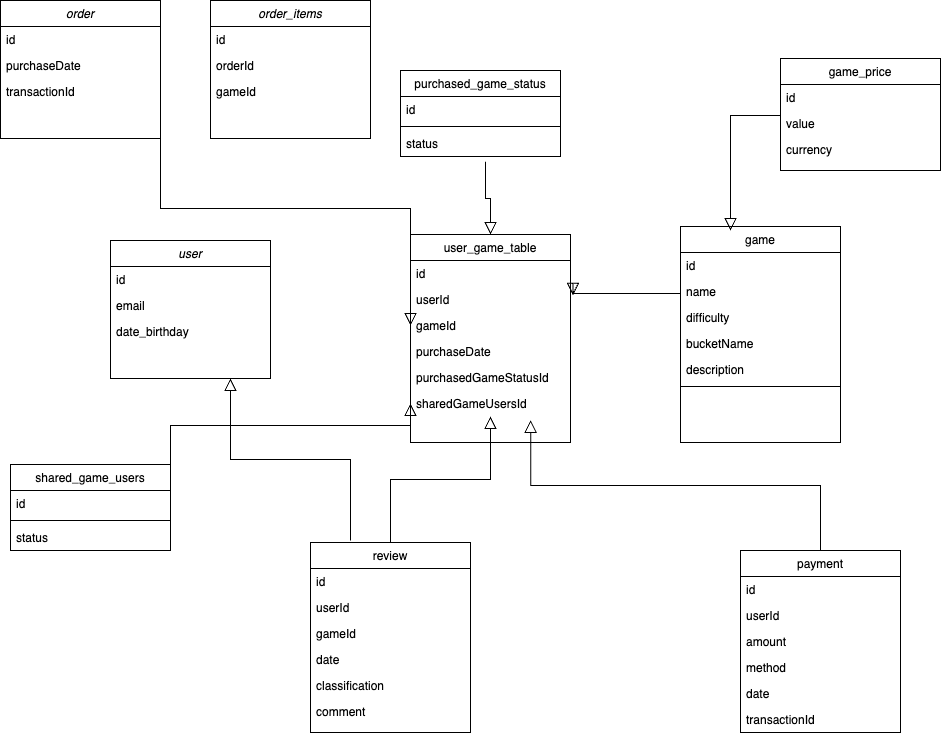
This is main_db.drawio.png from tomasferreiradesa/desarquivados-platform-db-schema, a draw.io export, as it was before one commit. Source tidied: cells renumbered, new cells last; positions are measured from the earlier drawing's top-left corner, leaving out a move shared by most shapes.
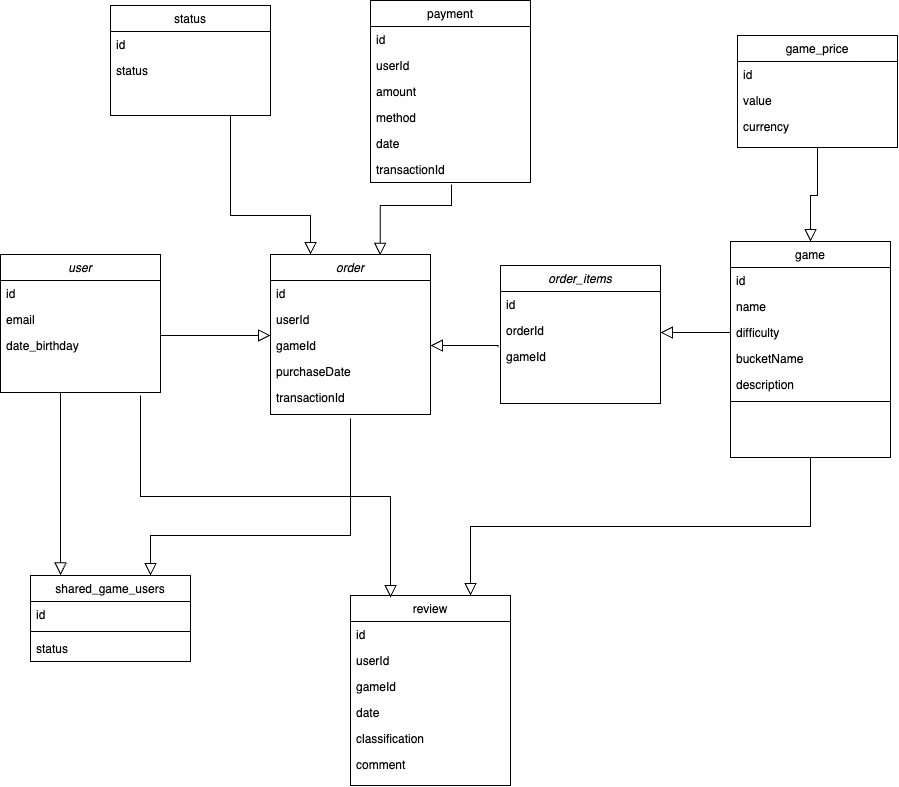
The same diagram one commit later.

The edit, as a diff of the source:
```diff
@@ -3,43 +3,25 @@
     <mxCell id="0" />
     <mxCell id="1" parent="0" />
     <mxCell id="2" value="order" style="swimlane;fontStyle=2;align=center;verticalAlign=top;horizontal=1;startSize=26;rounded=0;shadow=0;strokeWidth=1;" parent="1" vertex="1">
-      <mxGeometry width="160" height="138" as="geometry" />
+      <mxGeometry x="330" y="239" width="160" height="160" as="geometry" />
     </mxCell>
     <mxCell id="3" value="id" style="text;align=left;verticalAlign=top;spacingLeft=4;spacingRight=4;overflow=hidden;" parent="2" vertex="1">
       <mxGeometry y="26" width="160" height="26" as="geometry" />
     </mxCell>
+    <mxCell id="8" value="userId" style="text;align=left;verticalAlign=top;spacingLeft=4;spacingRight=4;overflow=hidden;points=[[0,0.5],[1,0.5]];portConstraint=eastwest;rounded=0;shadow=0;html=0;" parent="2" vertex="1">
+      <mxGeometry y="52" width="160" height="26" as="geometry" />
+    </mxCell>
+    <mxCell id="5" value="gameId" style="text;align=left;verticalAlign=top;spacingLeft=4;spacingRight=4;overflow=hidden;points=[[0,0.5],[1,0.5]];portConstraint=eastwest;rounded=0;shadow=0;html=0;" parent="2" vertex="1">
+      <mxGeometry y="78" width="160" height="26" as="geometry" />
+    </mxCell>
     <mxCell id="4" value="purchaseDate" style="text;align=left;verticalAlign=top;spacingLeft=4;spacingRight=4;overflow=hidden;rounded=0;shadow=0;html=0;" parent="2" vertex="1">
-      <mxGeometry y="52" width="160" height="26" as="geometry" />
+      <mxGeometry y="104" width="160" height="26" as="geometry" />
     </mxCell>
-    <mxCell id="5" value="transactionId" style="text;align=left;verticalAlign=top;spacingLeft=4;spacingRight=4;overflow=hidden;points=[[0,0.5],[1,0.5]];portConstraint=eastwest;rounded=0;shadow=0;html=0;" parent="2" vertex="1">
-      <mxGeometry y="78" width="160" height="26" as="geometry" />
-    </mxCell>
-    <mxCell id="6" value="user_game_table&#10;" style="swimlane;fontStyle=0;align=center;verticalAlign=top;horizontal=1;startSize=26;rounded=0;shadow=0;strokeWidth=1;" parent="1" vertex="1">
-      <mxGeometry x="410" y="234" width="160" height="208" as="geometry" />
-    </mxCell>
-    <mxCell id="7" value="id" style="text;align=left;verticalAlign=top;spacingLeft=4;spacingRight=4;overflow=hidden;" parent="6" vertex="1">
-      <mxGeometry y="26" width="160" height="26" as="geometry" />
-    </mxCell>
-    <mxCell id="8" value="userId" style="text;align=left;verticalAlign=top;spacingLeft=4;spacingRight=4;overflow=hidden;points=[[0,0.5],[1,0.5]];portConstraint=eastwest;" parent="6" vertex="1">
-      <mxGeometry y="52" width="160" height="26" as="geometry" />
-    </mxCell>
-    <mxCell id="9" value="gameId" style="text;align=left;verticalAlign=top;spacingLeft=4;spacingRight=4;overflow=hidden;points=[[0,0.5],[1,0.5]];portConstraint=eastwest;rounded=0;shadow=0;html=0;" parent="6" vertex="1">
-      <mxGeometry y="78" width="160" height="26" as="geometry" />
-    </mxCell>
-    <mxCell id="10" value="purchaseDate" style="text;align=left;verticalAlign=top;spacingLeft=4;spacingRight=4;overflow=hidden;rounded=0;shadow=0;html=0;" parent="6" vertex="1">
-      <mxGeometry y="104" width="160" height="26" as="geometry" />
-    </mxCell>
-    <mxCell id="11" value="purchasedGameStatusId" style="text;align=left;verticalAlign=top;spacingLeft=4;spacingRight=4;overflow=hidden;rounded=0;shadow=0;html=0;" parent="6" vertex="1">
-      <mxGeometry y="130" width="160" height="26" as="geometry" />
-    </mxCell>
-    <mxCell id="12" value="sharedGameUsersId" style="text;align=left;verticalAlign=top;spacingLeft=4;spacingRight=4;overflow=hidden;points=[[0,0.5],[1,0.5]];portConstraint=eastwest;rounded=0;shadow=0;html=0;" parent="6" vertex="1">
-      <mxGeometry y="156" width="160" height="26" as="geometry" />
-    </mxCell>
-    <mxCell id="13" style="endArrow=block;endSize=10;endFill=0;shadow=0;strokeWidth=1;rounded=0;edgeStyle=elbowEdgeStyle;elbow=vertical;exitX=1;exitY=0.5;exitDx=0;exitDy=0;entryX=0;entryY=0.5;entryDx=0;entryDy=0;" parent="1" edge="1" source="5" target="9">
-      <mxGeometry relative="1" as="geometry" />
-    </mxCell>
+    <mxCell id="62" value="transactionId" style="text;align=left;verticalAlign=top;spacingLeft=4;spacingRight=4;overflow=hidden;rounded=0;shadow=0;html=0;" parent="2" vertex="1">
+      <mxGeometry y="130" width="160" height="26" as="geometry" />
+    </mxCell>
     <mxCell id="14" value="review" style="swimlane;fontStyle=0;align=center;verticalAlign=top;horizontal=1;startSize=26;rounded=0;shadow=0;strokeWidth=1;" parent="1" vertex="1">
-      <mxGeometry x="310" y="542" width="160" height="190" as="geometry" />
+      <mxGeometry x="410" y="580" width="160" height="190" as="geometry" />
     </mxCell>
     <mxCell id="15" value="id" style="text;align=left;verticalAlign=top;spacingLeft=4;spacingRight=4;overflow=hidden;" parent="14" vertex="1">
       <mxGeometry y="26" width="160" height="26" as="geometry" />
@@ -59,11 +41,11 @@
     <mxCell id="20" value="comment" style="text;align=left;verticalAlign=top;spacingLeft=4;spacingRight=4;overflow=hidden;" parent="14" vertex="1">
       <mxGeometry y="156" width="160" height="26" as="geometry" />
     </mxCell>
-    <mxCell id="21" style="endArrow=block;endSize=10;endFill=0;shadow=0;strokeWidth=1;rounded=0;edgeStyle=elbowEdgeStyle;elbow=vertical;" parent="1" edge="1" source="14" target="12">
+    <mxCell id="21" style="endArrow=block;endSize=10;endFill=0;shadow=0;strokeWidth=1;rounded=0;edgeStyle=elbowEdgeStyle;elbow=vertical;exitX=0.5;exitY=1;exitDx=0;exitDy=0;entryX=0.75;entryY=0;entryDx=0;entryDy=0;" parent="1" edge="1" source="22" target="14">
       <mxGeometry relative="1" as="geometry" />
     </mxCell>
     <mxCell id="22" value="game" style="swimlane;fontStyle=0;align=center;verticalAlign=top;horizontal=1;startSize=26;rounded=0;shadow=0;strokeWidth=1;" parent="1" vertex="1">
-      <mxGeometry x="680" y="226" width="160" height="216" as="geometry" />
+      <mxGeometry x="790" y="226" width="160" height="216" as="geometry" />
     </mxCell>
     <mxCell id="23" value="id" style="text;align=left;verticalAlign=top;spacingLeft=4;spacingRight=4;overflow=hidden;" parent="22" vertex="1">
       <mxGeometry y="26" width="160" height="26" as="geometry" />
@@ -84,7 +66,7 @@
       <mxGeometry y="156" width="160" height="8" as="geometry" />
     </mxCell>
     <mxCell id="29" value="payment" style="swimlane;fontStyle=0;align=center;verticalAlign=top;horizontal=1;startSize=26;rounded=0;shadow=0;strokeWidth=1;" parent="1" vertex="1">
-      <mxGeometry x="740" y="550" width="160" height="182" as="geometry" />
+      <mxGeometry x="430" y="-15" width="160" height="182" as="geometry" />
     </mxCell>
     <mxCell id="30" value="id" style="text;align=left;verticalAlign=top;spacingLeft=4;spacingRight=4;overflow=hidden;rounded=0;shadow=0;html=0;" parent="29" vertex="1">
       <mxGeometry y="26" width="160" height="26" as="geometry" />
@@ -105,7 +87,7 @@
       <mxGeometry y="156" width="160" height="26" as="geometry" />
     </mxCell>
     <mxCell id="36" value="game_price" style="swimlane;fontStyle=0;align=center;verticalAlign=top;horizontal=1;startSize=26;rounded=0;shadow=0;strokeWidth=1;" parent="1" vertex="1">
-      <mxGeometry x="780" y="58" width="160" height="112" as="geometry" />
+      <mxGeometry x="797" y="20" width="160" height="112" as="geometry" />
     </mxCell>
     <mxCell id="37" value="id" style="text;align=left;verticalAlign=top;spacingLeft=4;spacingRight=4;overflow=hidden;" parent="36" vertex="1">
       <mxGeometry y="26" width="160" height="26" as="geometry" />
@@ -116,20 +98,8 @@
     <mxCell id="39" value="currency" style="text;align=left;verticalAlign=top;spacingLeft=4;spacingRight=4;overflow=hidden;points=[[0,0.5],[1,0.5]];portConstraint=eastwest;" parent="36" vertex="1">
       <mxGeometry y="78" width="160" height="26" as="geometry" />
     </mxCell>
-    <mxCell id="40" value="purchased_game_status" style="swimlane;fontStyle=0;align=center;verticalAlign=top;horizontal=1;startSize=26;rounded=0;shadow=0;strokeWidth=1;" parent="1" vertex="1">
-      <mxGeometry x="400" y="70" width="160" height="86" as="geometry" />
-    </mxCell>
-    <mxCell id="41" value="id" style="text;align=left;verticalAlign=top;spacingLeft=4;spacingRight=4;overflow=hidden;" parent="40" vertex="1">
-      <mxGeometry y="26" width="160" height="26" as="geometry" />
-    </mxCell>
-    <mxCell id="42" style="line;html=1;strokeWidth=1;align=left;verticalAlign=middle;spacingTop=-1;spacingLeft=3;spacingRight=3;labelPosition=right;" parent="40" vertex="1">
-      <mxGeometry y="52" width="160" height="8" as="geometry" />
-    </mxCell>
-    <mxCell id="43" value="status" style="text;align=left;verticalAlign=top;spacingLeft=4;spacingRight=4;overflow=hidden;points=[[0,0.5],[1,0.5]];portConstraint=eastwest;" parent="40" vertex="1">
-      <mxGeometry y="60" width="160" height="26" as="geometry" />
-    </mxCell>
     <mxCell id="44" value="shared_game_users" style="swimlane;fontStyle=0;align=center;verticalAlign=top;horizontal=1;startSize=26;rounded=0;shadow=0;strokeWidth=1;" parent="1" vertex="1">
-      <mxGeometry x="10" y="464" width="160" height="86" as="geometry" />
+      <mxGeometry x="90" y="560" width="160" height="86" as="geometry" />
     </mxCell>
     <mxCell id="45" value="id" style="text;align=left;verticalAlign=top;spacingLeft=4;spacingRight=4;overflow=hidden;points=[[0,0.5],[1,0.5]];portConstraint=eastwest;" parent="44" vertex="1">
       <mxGeometry y="26" width="160" height="26" as="geometry" />
@@ -140,32 +110,30 @@
     <mxCell id="47" value="status" style="text;align=left;verticalAlign=top;spacingLeft=4;spacingRight=4;overflow=hidden;" parent="44" vertex="1">
       <mxGeometry y="60" width="160" height="26" as="geometry" />
     </mxCell>
-    <mxCell id="48" style="endArrow=block;endSize=10;endFill=0;shadow=0;strokeWidth=1;rounded=0;edgeStyle=elbowEdgeStyle;elbow=vertical;entryX=0.5;entryY=0;entryDx=0;entryDy=0;exitX=0.531;exitY=1.205;exitDx=0;exitDy=0;exitPerimeter=0;" parent="1" edge="1" source="43" target="6">
-      <mxGeometry relative="1" as="geometry" />
-    </mxCell>
-    <mxCell id="49" style="endArrow=block;endSize=10;endFill=0;shadow=0;strokeWidth=1;rounded=0;edgeStyle=elbowEdgeStyle;elbow=vertical;entryX=0;entryY=0.5;entryDx=0;entryDy=0;exitX=1;exitY=0.5;exitDx=0;exitDy=0;" parent="1" edge="1" source="45" target="12">
+    <mxCell id="49" style="endArrow=block;endSize=10;endFill=0;shadow=0;strokeWidth=1;rounded=0;edgeStyle=elbowEdgeStyle;elbow=vertical;entryX=0.75;entryY=0;entryDx=0;entryDy=0;exitX=0.75;exitY=0;exitDx=0;exitDy=0;" parent="1" edge="1" target="44">
       <mxGeometry relative="1" as="geometry">
+        <mxPoint x="410" y="403" as="sourcePoint" />
         <Array as="points">
-          <mxPoint x="320" y="425" />
+          <mxPoint x="330" y="520" />
         </Array>
       </mxGeometry>
     </mxCell>
-    <mxCell id="50" style="endArrow=block;endSize=10;endFill=0;shadow=0;strokeWidth=1;rounded=0;edgeStyle=elbowEdgeStyle;elbow=vertical;entryX=0.75;entryY=0;entryDx=0;entryDy=0;exitX=0;exitY=0.5;exitDx=0;exitDy=0;" parent="1" edge="1" source="39">
+    <mxCell id="50" style="endArrow=block;endSize=10;endFill=0;shadow=0;strokeWidth=1;rounded=0;edgeStyle=elbowEdgeStyle;elbow=vertical;entryX=0.5;entryY=0;entryDx=0;entryDy=0;exitX=0.5;exitY=1;exitDx=0;exitDy=0;" parent="1" edge="1" source="36" target="22">
       <mxGeometry relative="1" as="geometry">
-        <mxPoint x="730" y="230" as="targetPoint" />
         <Array as="points">
-          <mxPoint x="770" y="115" />
+          <mxPoint x="870" y="180" />
         </Array>
       </mxGeometry>
     </mxCell>
-    <mxCell id="51" style="endArrow=block;endSize=10;endFill=0;shadow=0;strokeWidth=1;rounded=0;edgeStyle=elbowEdgeStyle;elbow=vertical;entryX=1.015;entryY=0.34;entryDx=0;entryDy=0;exitX=0;exitY=0.5;exitDx=0;exitDy=0;entryPerimeter=0;" parent="1" edge="1" source="24" target="8">
-      <mxGeometry relative="1" as="geometry" />
-    </mxCell>
-    <mxCell id="52" style="endArrow=block;endSize=10;endFill=0;shadow=0;strokeWidth=1;rounded=0;edgeStyle=elbowEdgeStyle;elbow=vertical;exitX=0.5;exitY=0;exitDx=0;exitDy=0;entryX=0.751;entryY=1.147;entryDx=0;entryDy=0;entryPerimeter=0;" parent="1" edge="1" source="29" target="12">
-      <mxGeometry relative="1" as="geometry" />
+    <mxCell id="52" style="endArrow=block;endSize=10;endFill=0;shadow=0;strokeWidth=1;rounded=0;edgeStyle=elbowEdgeStyle;elbow=vertical;entryX=0.686;entryY=0.005;entryDx=0;entryDy=0;entryPerimeter=0;exitX=0.506;exitY=1.077;exitDx=0;exitDy=0;exitPerimeter=0;" parent="1" edge="1" source="35" target="2">
+      <mxGeometry relative="1" as="geometry">
+        <Array as="points">
+          <mxPoint x="440" y="190" />
+        </Array>
+      </mxGeometry>
     </mxCell>
     <mxCell id="53" value="user" style="swimlane;fontStyle=2;align=center;verticalAlign=top;horizontal=1;startSize=26;rounded=0;shadow=0;strokeWidth=1;" parent="1" vertex="1">
-      <mxGeometry x="110" y="240" width="160" height="138" as="geometry" />
+      <mxGeometry x="60" y="239" width="160" height="138" as="geometry" />
     </mxCell>
     <mxCell id="54" value="id" style="text;align=left;verticalAlign=top;spacingLeft=4;spacingRight=4;overflow=hidden;" parent="53" vertex="1">
       <mxGeometry y="26" width="160" height="26" as="geometry" />
@@ -177,7 +145,7 @@
       <mxGeometry y="78" width="160" height="26" as="geometry" />
     </mxCell>
     <mxCell id="57" value="order_items" style="swimlane;fontStyle=2;align=center;verticalAlign=top;horizontal=1;startSize=26;rounded=0;shadow=0;strokeWidth=1;" parent="1" vertex="1">
-      <mxGeometry x="210" width="160" height="138" as="geometry" />
+      <mxGeometry x="560" y="250" width="160" height="138" as="geometry" />
     </mxCell>
     <mxCell id="58" value="id" style="text;align=left;verticalAlign=top;spacingLeft=4;spacingRight=4;overflow=hidden;" parent="57" vertex="1">
       <mxGeometry y="26" width="160" height="26" as="geometry" />
@@ -188,10 +156,57 @@
     <mxCell id="60" value="gameId" style="text;align=left;verticalAlign=top;spacingLeft=4;spacingRight=4;overflow=hidden;points=[[0,0.5],[1,0.5]];portConstraint=eastwest;rounded=0;shadow=0;html=0;" parent="57" vertex="1">
       <mxGeometry y="78" width="160" height="26" as="geometry" />
     </mxCell>
-    <mxCell id="61" style="endArrow=block;endSize=10;endFill=0;shadow=0;strokeWidth=1;rounded=0;edgeStyle=elbowEdgeStyle;elbow=vertical;entryX=0.75;entryY=1;entryDx=0;entryDy=0;" parent="1" edge="1" target="53">
+    <mxCell id="61" style="endArrow=block;endSize=10;endFill=0;shadow=0;strokeWidth=1;rounded=0;edgeStyle=elbowEdgeStyle;elbow=vertical;entryX=0.188;entryY=-0.006;entryDx=0;entryDy=0;exitX=0.188;exitY=-0.006;exitDx=0;exitDy=0;exitPerimeter=0;entryPerimeter=0;" parent="1" edge="1" target="44">
       <mxGeometry relative="1" as="geometry">
-        <mxPoint x="350" y="540" as="sourcePoint" />
+        <mxPoint x="120" y="377" as="sourcePoint" />
       </mxGeometry>
     </mxCell>
+    <mxCell id="63" style="endArrow=block;endSize=10;endFill=0;shadow=0;strokeWidth=1;rounded=0;edgeStyle=elbowEdgeStyle;elbow=vertical;entryX=0.75;entryY=0;entryDx=0;entryDy=0;" parent="1" edge="1">
+      <mxGeometry relative="1" as="geometry">
+        <mxPoint x="200" y="380" as="sourcePoint" />
+        <mxPoint x="450" y="582" as="targetPoint" />
+      </mxGeometry>
+    </mxCell>
+    <mxCell id="64" value="status" style="swimlane;fontStyle=0;align=center;verticalAlign=top;horizontal=1;startSize=26;rounded=0;shadow=0;strokeWidth=1;" parent="1" vertex="1">
+      <mxGeometry x="170" y="-10" width="160" height="110" as="geometry" />
+    </mxCell>
+    <mxCell id="65" value="id" style="text;align=left;verticalAlign=top;spacingLeft=4;spacingRight=4;overflow=hidden;rounded=0;shadow=0;html=0;" parent="64" vertex="1">
+      <mxGeometry y="26" width="160" height="26" as="geometry" />
+    </mxCell>
+    <mxCell id="66" value="status" style="text;align=left;verticalAlign=top;spacingLeft=4;spacingRight=4;overflow=hidden;rounded=0;shadow=0;html=0;" parent="64" vertex="1">
+      <mxGeometry y="52" width="160" height="26" as="geometry" />
+    </mxCell>
+    <mxCell id="67" style="endArrow=block;endSize=10;endFill=0;shadow=0;strokeWidth=1;rounded=0;edgeStyle=elbowEdgeStyle;elbow=vertical;entryX=0.25;entryY=0;entryDx=0;entryDy=0;exitX=0.75;exitY=1;exitDx=0;exitDy=0;" parent="1" edge="1" source="64" target="2">
+      <mxGeometry relative="1" as="geometry">
+        <Array as="points">
+          <mxPoint x="450" y="200" />
+        </Array>
+      </mxGeometry>
+    </mxCell>
+    <mxCell id="68" style="endArrow=block;endSize=10;endFill=0;shadow=0;strokeWidth=1;rounded=0;edgeStyle=elbowEdgeStyle;elbow=vertical;" parent="1" edge="1">
+      <mxGeometry relative="1" as="geometry">
+        <mxPoint x="220" y="320" as="sourcePoint" />
+        <mxPoint x="330" y="320" as="targetPoint" />
+        <Array as="points">
+          <mxPoint x="270" y="320" />
+          <mxPoint x="270" y="356" />
+        </Array>
+      </mxGeometry>
+    </mxCell>
+    <mxCell id="69" style="endArrow=block;endSize=10;endFill=0;shadow=0;strokeWidth=1;rounded=0;edgeStyle=elbowEdgeStyle;elbow=vertical;entryX=1;entryY=0.5;entryDx=0;entryDy=0;exitX=-0.015;exitY=0.141;exitDx=0;exitDy=0;exitPerimeter=0;" parent="1" edge="1" source="60" target="5">
+      <mxGeometry relative="1" as="geometry">
+        <Array as="points">
+          <mxPoint x="520" y="330" />
+          <mxPoint x="560" y="456" />
+        </Array>
+      </mxGeometry>
+    </mxCell>
+    <mxCell id="70" style="endArrow=block;endSize=10;endFill=0;shadow=0;strokeWidth=1;rounded=0;edgeStyle=elbowEdgeStyle;elbow=vertical;exitX=0;exitY=0.5;exitDx=0;exitDy=0;" parent="1" edge="1" source="25" target="59">
+      <mxGeometry relative="1" as="geometry">
+        <Array as="points">
+          <mxPoint x="760" y="317" />
+        </Array>
+      </mxGeometry>
+    </mxCell>
   </root>
 </mxGraphModel>
```
